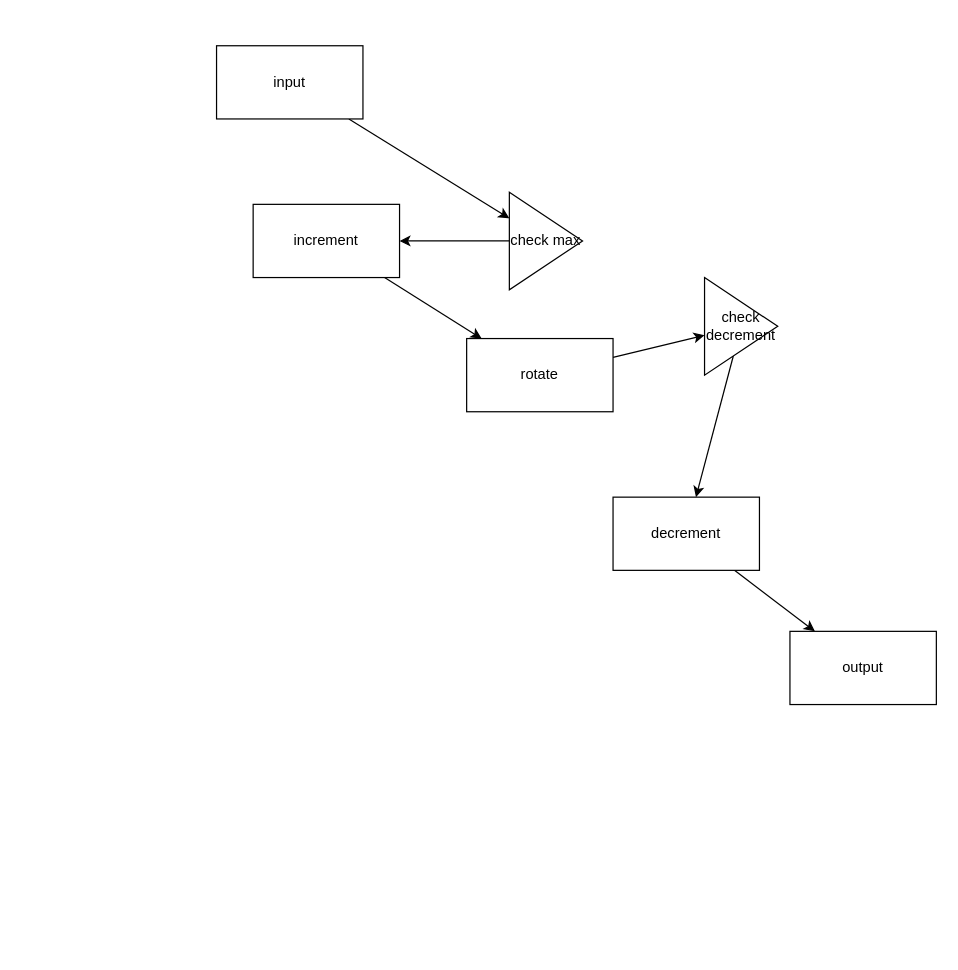
The draw.io diagram page "Page-4" (4 of 11) of crypto-chip/diffusion layer.drawio in Reconfigurable-Computing-CalPoly-Pomona/RECO_LWC_IP, before the edit. Source tidied: cells renumbered, new cells numbered last; positions are measured from the earlier drawing's top-left corner, leaving out a move shared by most shapes. Both pictures are drawn from the tidied source at 122%, with x=0, y=0 at pixel (216, 45).
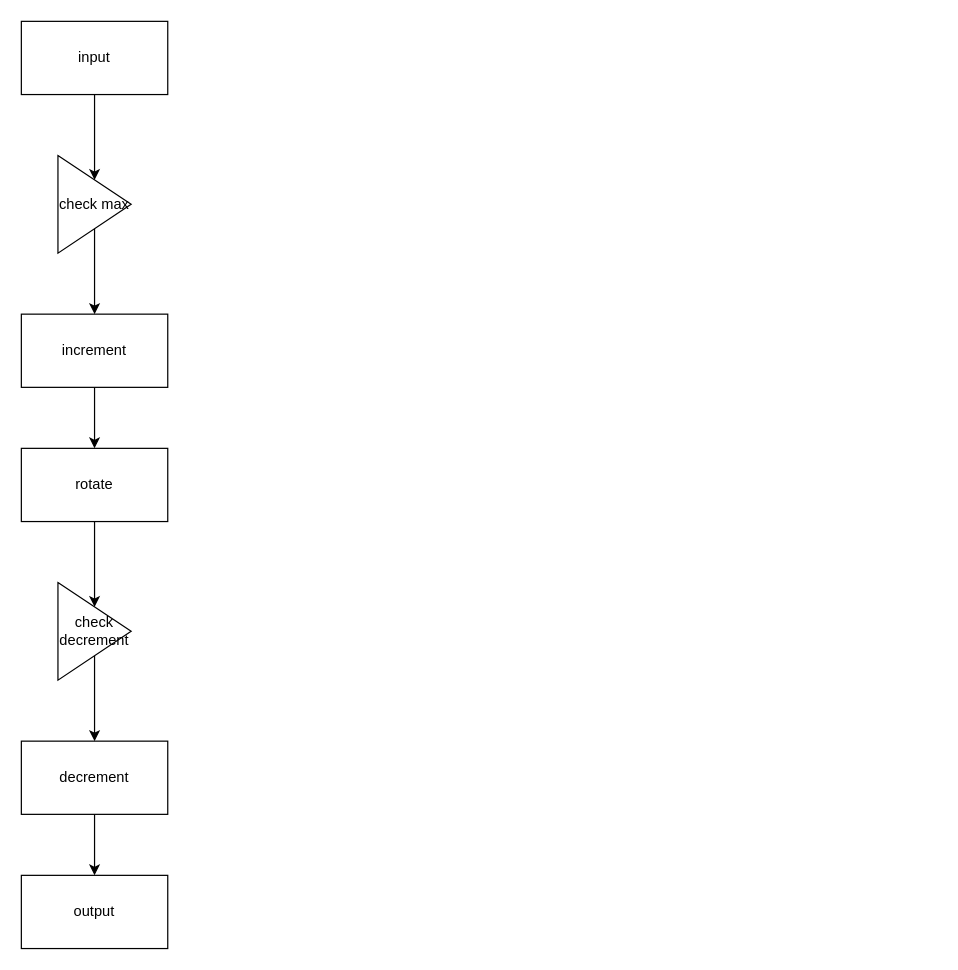
The same page after the edit.

Diff of the diagram source:
```diff
@@
 <mxGraphModel>
   <root>
     <mxCell id="0" />
     <mxCell id="1" parent="0" />
-    <mxCell id="2" style="edgeStyle=none;html=1;" parent="1" edge="1" source="3" target="5">
+    <mxCell id="2" style="edgeStyle=none;html=1;noEdgeStyle=1;orthogonal=1;" parent="1" edge="1" source="3" target="5">
       <mxGeometry relative="1" as="geometry" />
     </mxCell>
     <mxCell id="3" value="increment" style="rounded=0;whiteSpace=wrap;html=1;" parent="1" vertex="1">
-      <mxGeometry x="30" y="130" width="120" height="60" as="geometry" />
+      <mxGeometry x="-160" y="220" width="120" height="60" as="geometry" />
     </mxCell>
-    <mxCell id="4" style="edgeStyle=none;html=1;" parent="1" edge="1" source="5" target="14">
+    <mxCell id="4" style="edgeStyle=none;html=1;noEdgeStyle=1;orthogonal=1;" parent="1" edge="1" source="5" target="14">
       <mxGeometry relative="1" as="geometry" />
     </mxCell>
     <mxCell id="5" value="rotate" style="rounded=0;whiteSpace=wrap;html=1;" parent="1" vertex="1">
-      <mxGeometry x="205" y="240" width="120" height="60" as="geometry" />
+      <mxGeometry x="-160" y="330" width="120" height="60" as="geometry" />
     </mxCell>
-    <mxCell id="6" style="edgeStyle=none;html=1;" parent="1" edge="1" source="7" target="10">
+    <mxCell id="6" style="edgeStyle=none;html=1;noEdgeStyle=1;orthogonal=1;" parent="1" edge="1" source="7" target="10">
       <mxGeometry relative="1" as="geometry" />
     </mxCell>
     <mxCell id="7" value="decrement" style="rounded=0;whiteSpace=wrap;html=1;" parent="1" vertex="1">
-      <mxGeometry x="325" y="370" width="120" height="60" as="geometry" />
+      <mxGeometry x="-160" y="570" width="120" height="60" as="geometry" />
     </mxCell>
-    <mxCell id="8" style="edgeStyle=none;html=1;" parent="1" edge="1" source="9" target="12">
+    <mxCell id="8" style="edgeStyle=none;html=1;noEdgeStyle=1;orthogonal=1;" parent="1" edge="1" source="9" target="12">
       <mxGeometry relative="1" as="geometry" />
     </mxCell>
     <mxCell id="9" value="input" style="rounded=0;whiteSpace=wrap;html=1;" parent="1" vertex="1">
-      <mxGeometry width="120" height="60" as="geometry" />
+      <mxGeometry x="-160" y="-20" width="120" height="60" as="geometry" />
     </mxCell>
     <mxCell id="10" value="output" style="rounded=0;whiteSpace=wrap;html=1;" parent="1" vertex="1">
-      <mxGeometry x="470" y="480" width="120" height="60" as="geometry" />
+      <mxGeometry x="-160" y="680" width="120" height="60" as="geometry" />
     </mxCell>
-    <mxCell id="11" style="edgeStyle=none;html=1;" parent="1" edge="1" source="12" target="3">
+    <mxCell id="11" style="edgeStyle=none;html=1;noEdgeStyle=1;orthogonal=1;" parent="1" edge="1" source="12" target="3">
       <mxGeometry relative="1" as="geometry" />
     </mxCell>
     <mxCell id="12" value="check max" style="triangle;whiteSpace=wrap;html=1;" parent="1" vertex="1">
-      <mxGeometry x="240" y="120" width="60" height="80" as="geometry" />
+      <mxGeometry x="-130" y="90" width="60" height="80" as="geometry" />
     </mxCell>
-    <mxCell id="13" style="edgeStyle=none;html=1;" parent="1" edge="1" source="14" target="7">
+    <mxCell id="13" style="edgeStyle=none;html=1;noEdgeStyle=1;orthogonal=1;" parent="1" edge="1" source="14" target="7">
       <mxGeometry relative="1" as="geometry" />
     </mxCell>
     <mxCell id="14" value="check decrement" style="triangle;whiteSpace=wrap;html=1;" parent="1" vertex="1">
-      <mxGeometry x="400" y="190" width="60" height="80" as="geometry" />
+      <mxGeometry x="-130" y="440" width="60" height="80" as="geometry" />
     </mxCell>
   </root>
 </mxGraphModel>
```
